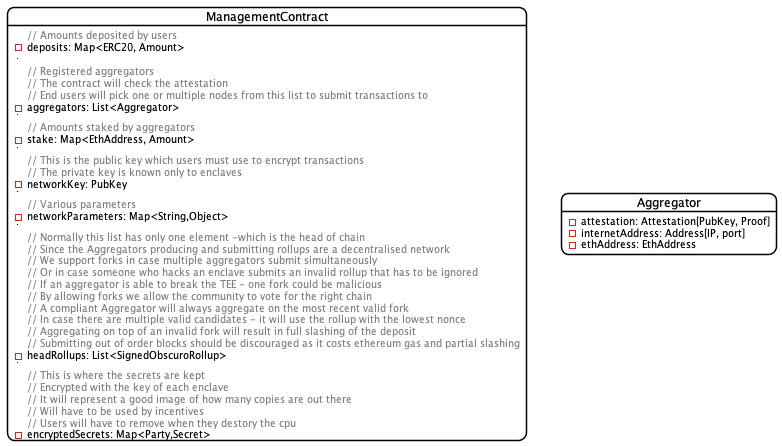
Before: images/management-contract.png, a diagram exported from PlantUML (ten-protocol/ten-whitepaper).
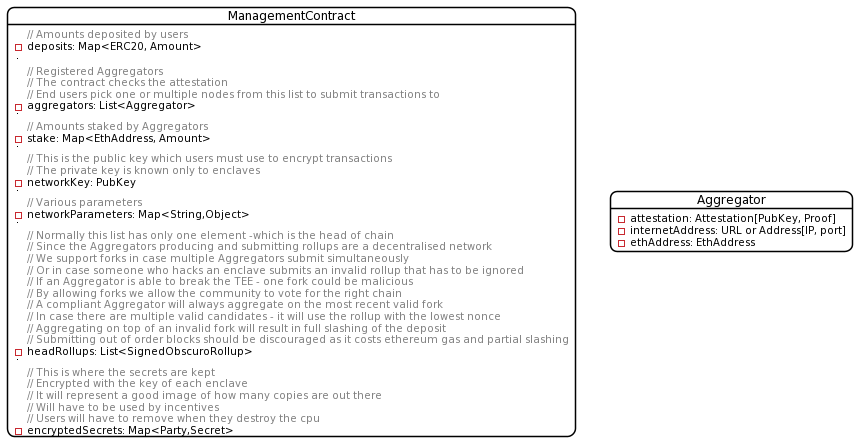
The same diagram one commit later.

Change to the diagram source:
```diff
@@ -17,13 +17,13 @@
     - deposits: Map<ERC20, Amount>
 
     NL
-    C(Registered aggregators)
-    C(The contract will check the attestation )
-    C(End users will pick one or multiple nodes from this list to submit transactions to)
+    C(Registered Aggregators)
+    C(The contract checks the attestation )
+    C(End users pick one or multiple nodes from this list to submit transactions to)
     - aggregators: List<Aggregator>
 
     NL
-    C(Amounts staked by aggregators)
+    C(Amounts staked by Aggregators)
     - stake: Map<EthAddress, Amount>
 
     NL
@@ -38,9 +38,9 @@
     NL
     C(Normally this list has only one element -which is the head of chain )
     C(Since the Aggregators producing and submitting rollups are a decentralised network)
-    C(We support forks in case multiple aggregators submit simultaneously)
+    C(We support forks in case multiple Aggregators submit simultaneously)
     C(Or in case someone who hacks an enclave submits an invalid rollup that has to be ignored)
-    C(If an aggregator is able to break the TEE - one fork could be malicious)
+    C(If an Aggregator is able to break the TEE - one fork could be malicious)
     C(By allowing forks we allow the community to vote for the right chain)
     C(A compliant Aggregator will always aggregate on the most recent valid fork)
     C(In case there are multiple valid candidates - it will use the rollup with the lowest nonce)
@@ -53,13 +53,13 @@
     C(Encrypted with the key of each enclave)
     C(It will represent a good image of how many copies are out there)
     C(Will have to be used by incentives)
-    C(Users will have to remove when they destory the cpu)
+    C(Users will have to remove when they destroy the cpu)
     - encryptedSecrets: Map<Party,Secret>
 }
 
 object Aggregator{
     - attestation: Attestation[PubKey, Proof]
-    - internetAddress: Address[IP, port]
+    - internetAddress: URL or Address[IP, port]
     - ethAddress: EthAddress
 }
 @enduml
```
